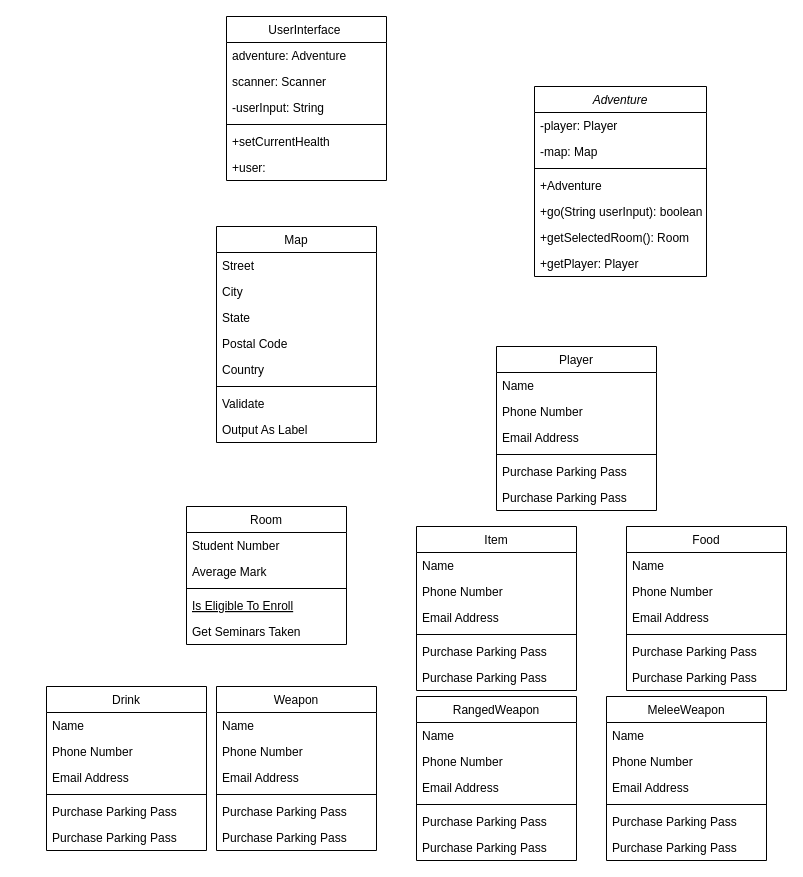
Above: Unavngivet diagram.drawio in Mathias-Thomsen/ProjectAdventure (draw.io), before the change. Source tidied: cells renumbered, new cells numbered last; positions are measured from the earlier drawing's top-left corner, leaving out a move shared by most shapes. Both pictures are drawn from the tidied source at 100%, with x=0, y=0 at pixel (46, 16).
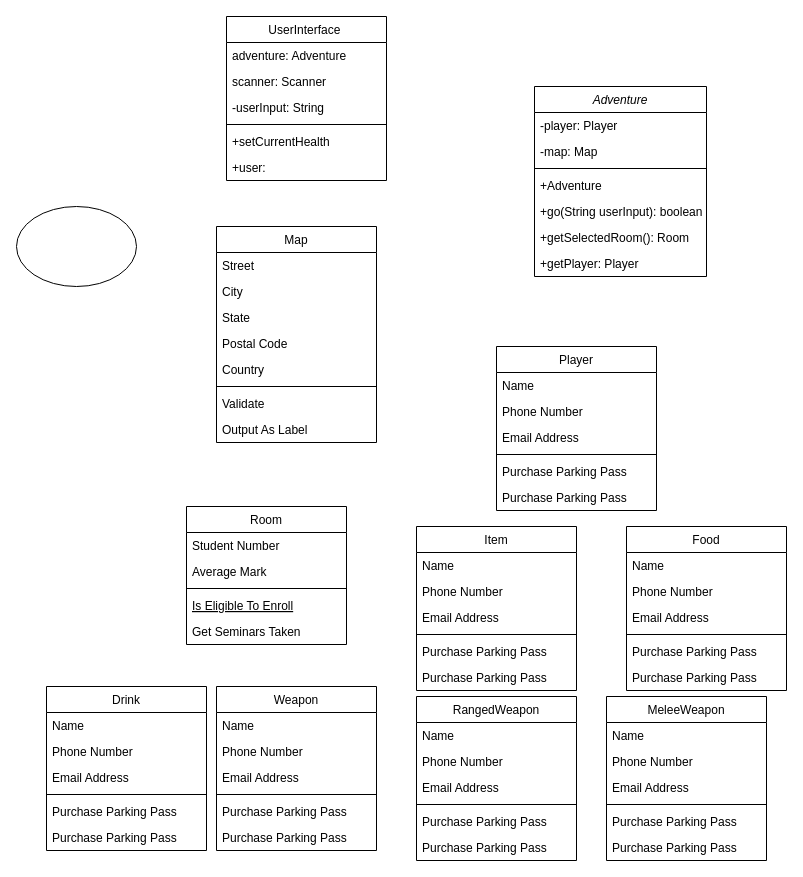
Above is the later version.

Diff of the diagram source:
```diff
@@
+    <mxCell id="81" style="ellipse;whiteSpace=wrap;html=1;" parent="1" vertex="1">
+      <mxGeometry x="-30" y="190" width="120" height="80" as="geometry" />
+    </mxCell>
```
